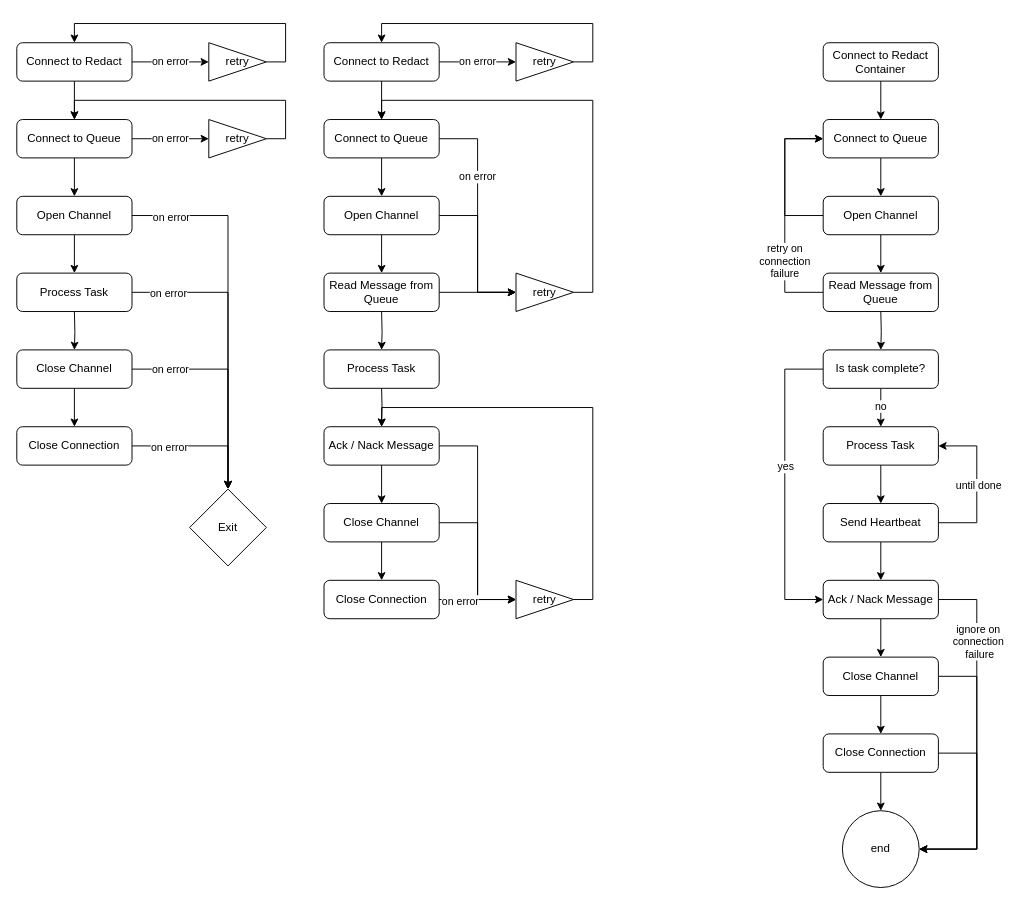
Earlier version of the draw.io diagram manager-flow.drawio (fredyeah/diagrams). Source tidied: cells renumbered, new cells numbered last; positions are measured from the earlier drawing's top-left corner, leaving out a move shared by most shapes. Both pictures are drawn from the tidied source at 96%, with x=0, y=0 at pixel (16, 23).
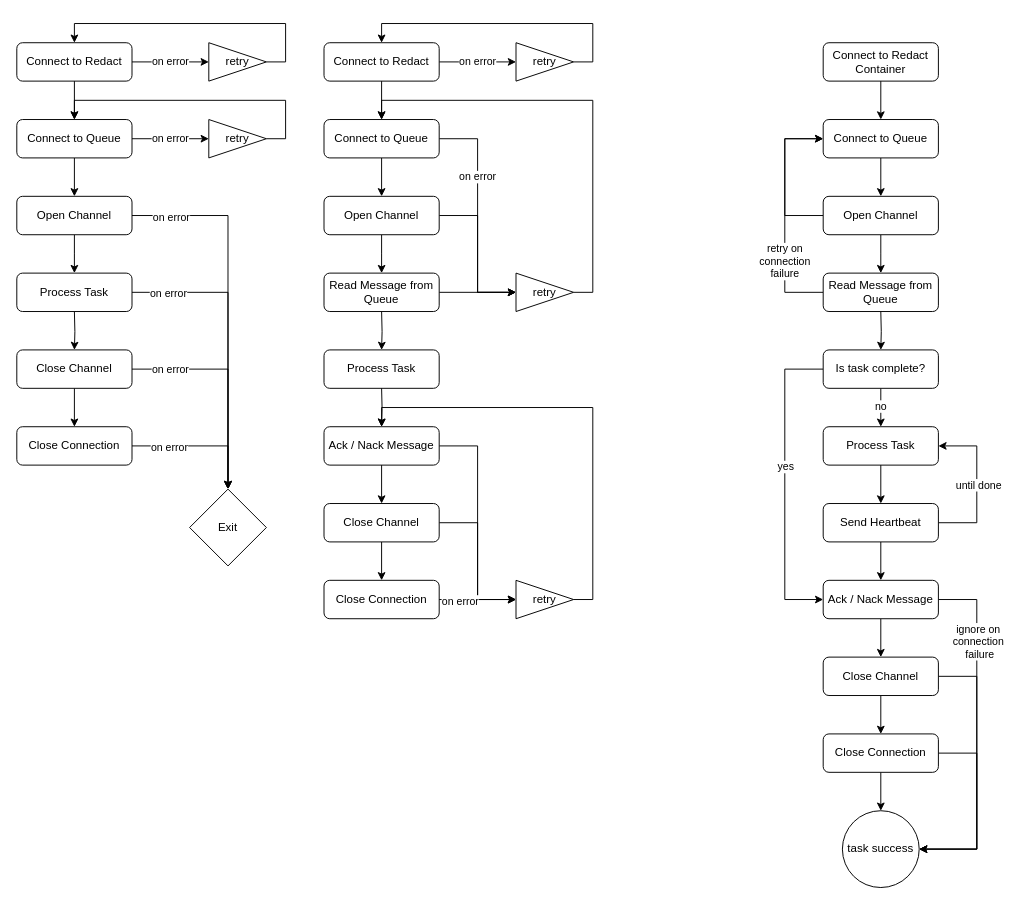
The same diagram, later.

Change to the diagram source:
```diff
@@
-    <mxCell id="90" value="end" style="ellipse;whiteSpace=wrap;html=1;" parent="1" vertex="1">
+    <mxCell id="90" value="task success" style="ellipse;whiteSpace=wrap;html=1;" parent="1" vertex="1">
       <mxGeometry x="860" y="820" width="80" height="80" as="geometry" />
     </mxCell>
```
